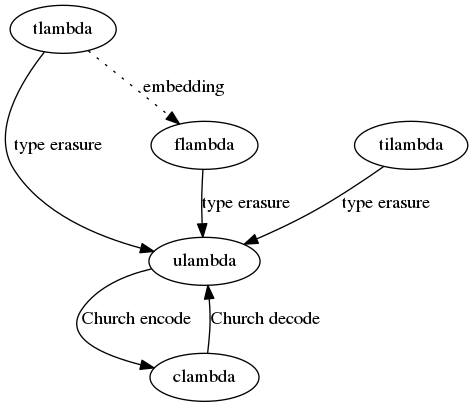
Earlier version of the Graphviz export calculi.png (rootmos/lambdasylum). Its source is kept beside it as calculi.dot.
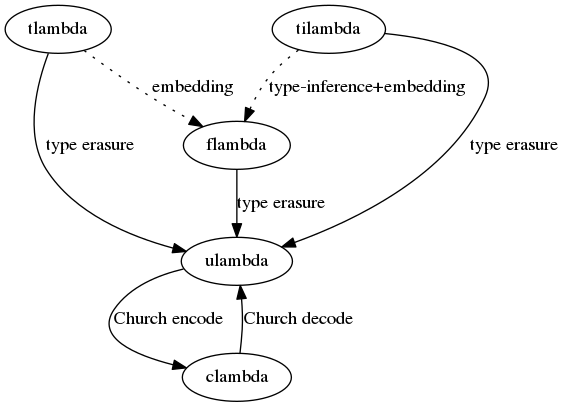
Above is the later version.

Commit message:
An embedding of tilambda into flambda

Change to the diagram source:
```diff
@@ -6,4 +6,5 @@
     flambda -> ulambda [label="type erasure"];
     tilambda -> ulambda [label="type erasure"];
     tlambda -> flambda [label="embedding", style=dotted];
+    tilambda -> flambda [label="type-inference+embedding", style=dotted];
 }
```
